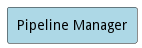
Before: docs/edgemere/aml/ds/pm/usecases.png, a diagram exported from PlantUML (madajaju/edgemere).
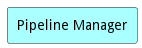
The same diagram one commit later.

Change to the diagram source:
```diff
@@ -3,7 +3,7 @@
 left to right direction
 
 
-rectangle "Pipeline Manager" #lightblue {
+rectangle "Pipeline Manager" #aaffff {
 }
 
 
```
